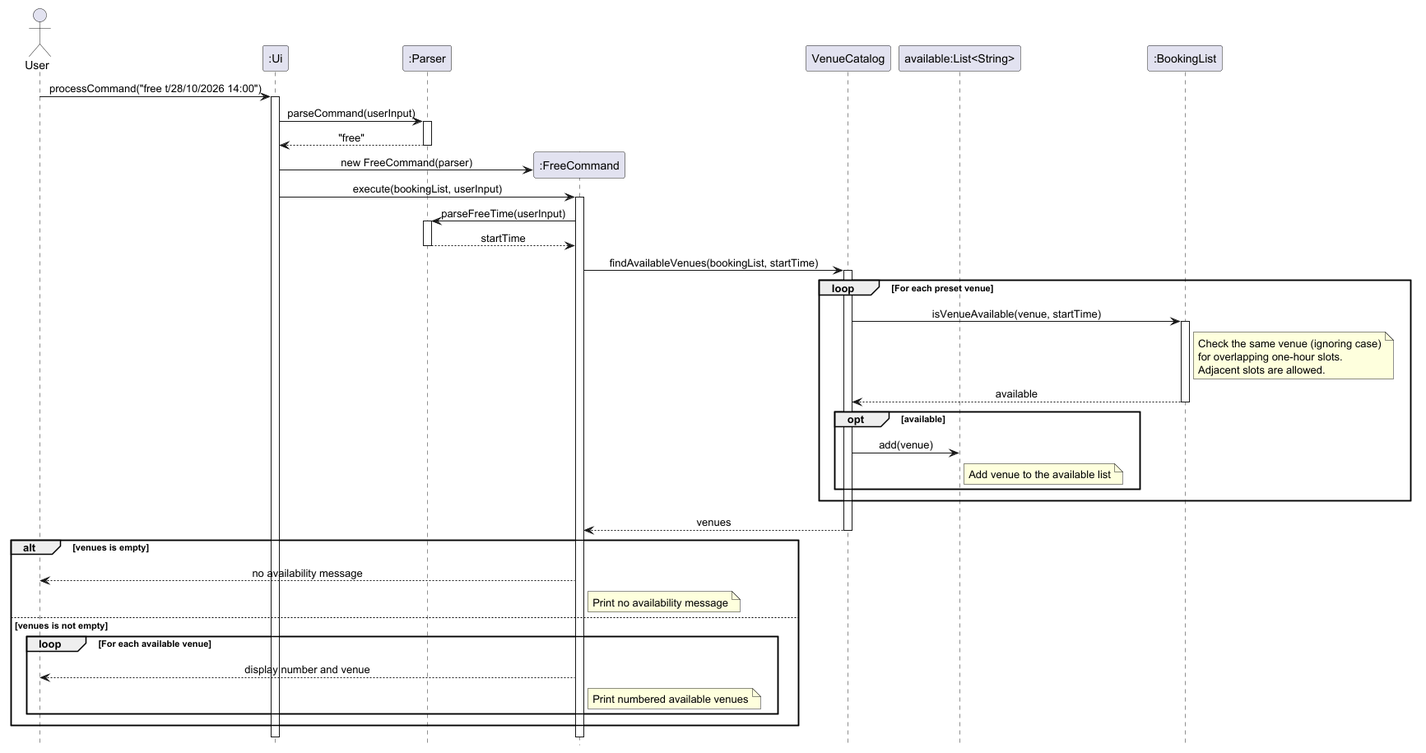
Above: docs/UMLDiagrams/FreeCommandSequenceDiagram.png in AY2627S1-CS2113-W14-2/tp (PlantUML), before the change.
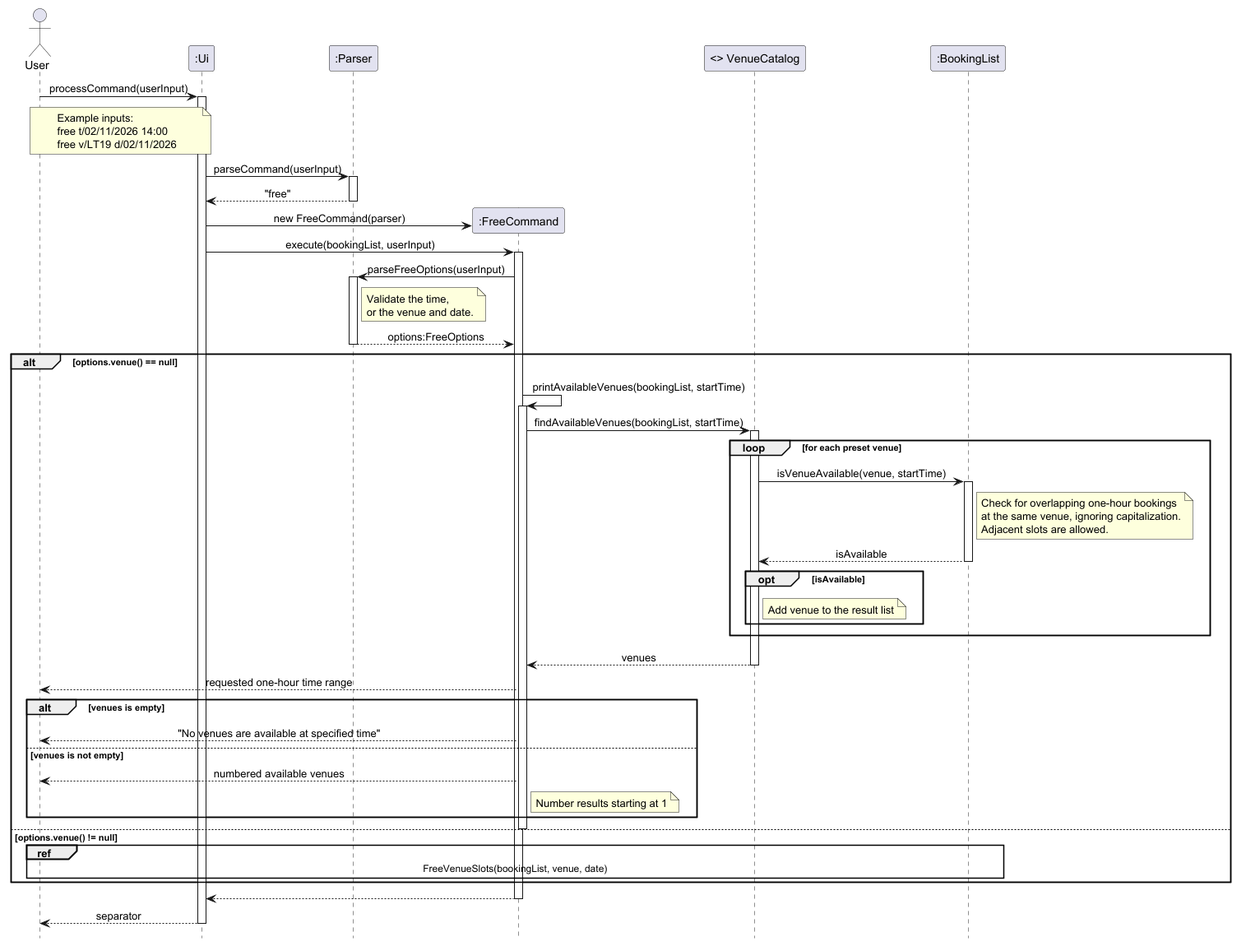
After the change.

What changed in the source:
```diff
@@ -3,13 +3,17 @@
 hide footbox
 
 actor User
-
 participant ":Ui" as UI
-
 participant ":Parser" as Parser
 
-User -> UI: processCommand("free t/28/10/2026 14:00")
+User -> UI: processCommand(userInput)
 activate UI
+
+note over User, UI
+Example inputs:
+free t/02/11/2026 14:00
+free v/LT19 d/02/11/2026
+end note
 
 UI -> Parser: parseCommand(userInput)
 activate Parser
@@ -19,54 +23,72 @@
 create participant ":FreeCommand" as Free
 UI -> Free: new FreeCommand(parser)
 
-participant "VenueCatalog" as Catalog
-participant "available:List<String>" as Available
+participant "<> VenueCatalog" as Catalog
 participant ":BookingList" as Bookings
 
 UI -> Free: execute(bookingList, userInput)
 activate Free
 
-Free -> Parser: parseFreeTime(userInput)
+Free -> Parser: parseFreeOptions(userInput)
 activate Parser
-Parser --> Free: startTime
+
+note right of Parser
+Validate the time,
+or the venue and date.
+end note
+
+Parser --> Free: options:FreeOptions
 deactivate Parser
 
-Free -> Catalog: findAvailableVenues(bookingList, startTime)
-activate Catalog
+alt options.venue() == null
+    Free -> Free: printAvailableVenues(bookingList, startTime)
+    activate Free
 
-loop For each preset venue
-    Catalog -> Bookings: isVenueAvailable(venue, startTime)
-    activate Bookings
+    Free -> Catalog: findAvailableVenues(bookingList, startTime)
+    activate Catalog
 
-    note right of Bookings
-    Check the same venue (ignoring case)
-    for overlapping one-hour slots.
-    Adjacent slots are allowed.
-    end note
+    loop for each preset venue
+        Catalog -> Bookings: isVenueAvailable(venue, startTime)
+        activate Bookings
 
-    Bookings --> Catalog: available
-    deactivate Bookings
+        note right of Bookings
+        Check for overlapping one-hour bookings
+        at the same venue, ignoring capitalization.
+        Adjacent slots are allowed.
+        end note
 
-    opt available
-        Catalog -> Available: add(venue)
-        note right of Available: Add venue to the available list
+        Bookings --> Catalog: isAvailable
+        deactivate Bookings
+
+        opt isAvailable
+            note right of Catalog: Add venue to the result list
+        end
     end
+
+    Catalog --> Free: venues
+    deactivate Catalog
+
+    Free --> User: requested one-hour time range
+
+    alt venues is empty
+        Free --> User: "No venues are available at specified time"
+    else venues is not empty
+        Free --> User: numbered available venues
+        note right of Free: Number results starting at 1
+    end
+
+    deactivate Free
+
+else options.venue() != null
+    ref over User, Bookings
+        FreeVenueSlots(bookingList, venue, date)
+    end ref
 end
 
-Catalog --> Free: venues
-deactivate Catalog
-
-alt venues is empty
-    Free --> User: no availability message
-    note right of Free: Print no availability message
-else venues is not empty
-    loop For each available venue
-        Free --> User: display number and venue
-        note right of Free: Print numbered available venues
-    end
-end
-
+Free --> UI
 deactivate Free
 
+UI --> User: separator
 deactivate UI
+
 @enduml
```
